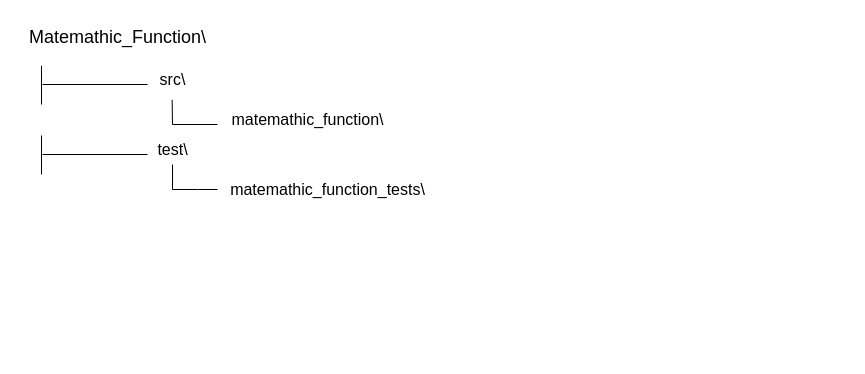
The draw.io diagram Matemathic_Function/Diagram.drawio in GiorgioPulcini/ntt_python_ex, before the edit. Source tidied: cells renumbered, new cells numbered last; positions are measured from the earlier drawing's top-left corner, leaving out a move shared by most shapes. Both pictures are drawn from the tidied source at 100%, with x=0, y=0 at pixel (17, 17).
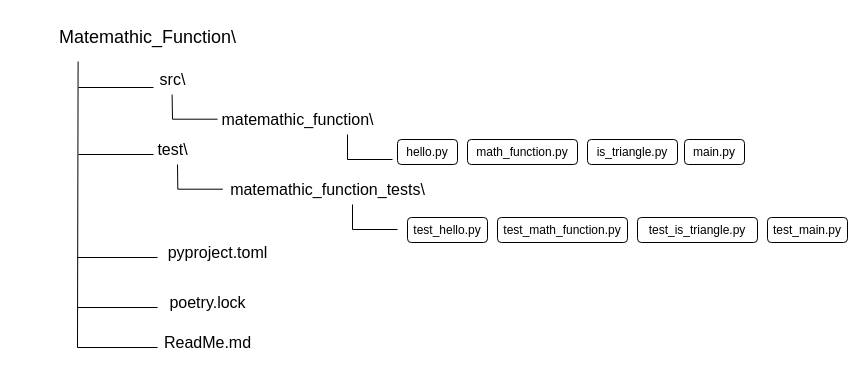
After the change.

Unchanged cells that the change refers to:
```xml
<mxCell id="5" value="&lt;font size=&quot;3&quot;&gt;src\&lt;/font&gt;" style="text;html=1;align=center;verticalAlign=middle;points=[];strokeColor=none;fillColor=none;" parent="1" vertex="1">
  <mxGeometry x="130" y="47" width="50" height="30" as="geometry" />
</mxCell>
```

Diff of the diagram source:
```diff
@@
     <mxCell id="2" value="&lt;font style=&quot;font-size: 18px;&quot;&gt;Matemathic_Function\&lt;/font&gt;" style="text;html=1;align=center;verticalAlign=middle;points=[];strokeColor=none;fillColor=none;" parent="1" vertex="1">
-      <mxGeometry width="200" height="40" as="geometry" />
+      <mxGeometry x="30" width="200" height="40" as="geometry" />
     </mxCell>
-    <mxCell id="3" style="endArrow=none;html=1;rounded=0;entryX=0.12;entryY=1.208;entryDx=0;entryDy=0;entryPerimeter=0;" parent="1" edge="1" target="2">
-      <mxGeometry relative="1" as="geometry">
-        <mxPoint x="24" y="87" as="sourcePoint" />
-      </mxGeometry>
-    </mxCell>
     <mxCell id="4" style="endArrow=none;html=1;rounded=0;" parent="1" edge="1">
       <mxGeometry relative="1" as="geometry">
-        <mxPoint x="25" y="67" as="sourcePoint" />
-        <mxPoint x="130" y="67" as="targetPoint" />
+        <mxPoint x="61" y="70" as="sourcePoint" />
+        <mxPoint x="136" y="70" as="targetPoint" />
       </mxGeometry>
     </mxCell>
@@
-    <mxCell id="6" style="endArrow=none;html=1;rounded=0;entryX=0.12;entryY=1.208;entryDx=0;entryDy=0;entryPerimeter=0;" parent="1" edge="1">
-      <mxGeometry relative="1" as="geometry">
-        <mxPoint x="24" y="157" as="sourcePoint" />
-        <mxPoint x="24" y="118" as="targetPoint" />
-      </mxGeometry>
-    </mxCell>
     <mxCell id="7" style="endArrow=none;html=1;rounded=0;" parent="1" edge="1">
       <mxGeometry relative="1" as="geometry">
-        <mxPoint x="25" y="137" as="sourcePoint" />
-        <mxPoint x="130" y="137" as="targetPoint" />
+        <mxPoint x="61" y="137" as="sourcePoint" />
+        <mxPoint x="136" y="137" as="targetPoint" />
       </mxGeometry>
     </mxCell>
@@
-    <mxCell id="9" style="endArrow=none;html=1;rounded=0;entryX=0.493;entryY=1.178;entryDx=0;entryDy=0;entryPerimeter=0;" parent="1" edge="1" target="5">
+    <mxCell id="9" style="endArrow=none;html=1;rounded=0;entryX=0.493;entryY=1.178;entryDx=0;entryDy=0;entryPerimeter=0;" parent="1" edge="1">
       <mxGeometry relative="1" as="geometry">
-        <mxPoint x="200" y="107" as="sourcePoint" />
+        <mxPoint x="200" y="101.7" as="sourcePoint" />
+        <mxPoint x="154.6" y="77" as="targetPoint" />
         <Array as="points">
-          <mxPoint x="155" y="107" />
+          <mxPoint x="155" y="101.7" />
         </Array>
       </mxGeometry>
     </mxCell>
-    <mxCell id="10" style="endArrow=none;html=1;rounded=0;entryX=0.493;entryY=1.178;entryDx=0;entryDy=0;entryPerimeter=0;" parent="1" edge="1">
-      <mxGeometry relative="1" as="geometry">
-        <mxPoint x="200" y="172" as="sourcePoint" />
-        <mxPoint x="155" y="147" as="targetPoint" />
-        <Array as="points">
-          <mxPoint x="180" y="172" />
-          <mxPoint x="155" y="172" />
-        </Array>
-      </mxGeometry>
-    </mxCell>
     <mxCell id="11" value="&lt;font style=&quot;font-size: 16px;&quot;&gt;matemathic_function\&lt;/font&gt;" style="text;html=1;align=center;verticalAlign=middle;strokeColor=none;fillColor=none;" parent="1" vertex="1">
-      <mxGeometry x="200" y="87" width="180" height="30" as="geometry" />
+      <mxGeometry x="190" y="87" width="180" height="30" as="geometry" />
     </mxCell>
@@
+    <mxCell id="13" style="endArrow=none;html=1;rounded=0;entryX=0.493;entryY=1.178;entryDx=0;entryDy=0;entryPerimeter=0;" parent="1" edge="1">
+      <mxGeometry relative="1" as="geometry">
+        <mxPoint x="375" y="142" as="sourcePoint" />
+        <mxPoint x="330" y="117" as="targetPoint" />
+        <Array as="points">
+          <mxPoint x="330" y="142" />
+        </Array>
+      </mxGeometry>
+    </mxCell>
+    <mxCell id="14" style="endArrow=none;html=1;rounded=0;entryX=0.493;entryY=1.178;entryDx=0;entryDy=0;entryPerimeter=0;" parent="1" edge="1">
+      <mxGeometry relative="1" as="geometry">
+        <mxPoint x="380" y="212" as="sourcePoint" />
+        <mxPoint x="335" y="187" as="targetPoint" />
+        <Array as="points">
+          <mxPoint x="335" y="212" />
+        </Array>
+      </mxGeometry>
+    </mxCell>
+    <mxCell id="15" value="hello.py" style="rounded=1;whiteSpace=wrap;html=1;" parent="1" vertex="1">
+      <mxGeometry x="380" y="122" width="60" height="25" as="geometry" />
+    </mxCell>
+    <mxCell id="16" value="math_function.py" style="rounded=1;whiteSpace=wrap;html=1;" parent="1" vertex="1">
+      <mxGeometry x="450" y="122" width="110" height="25" as="geometry" />
+    </mxCell>
+    <mxCell id="17" value="is_triangle.py" style="rounded=1;whiteSpace=wrap;html=1;" parent="1" vertex="1">
+      <mxGeometry x="570" y="122" width="90" height="25" as="geometry" />
+    </mxCell>
+    <mxCell id="18" value="main.py" style="rounded=1;whiteSpace=wrap;html=1;" parent="1" vertex="1">
+      <mxGeometry x="667" y="122" width="60" height="25" as="geometry" />
+    </mxCell>
+    <mxCell id="19" value="test_hello.py" style="rounded=1;whiteSpace=wrap;html=1;" parent="1" vertex="1">
+      <mxGeometry x="390" y="200" width="80" height="25" as="geometry" />
+    </mxCell>
+    <mxCell id="20" value="test_math_function.py" style="rounded=1;whiteSpace=wrap;html=1;" parent="1" vertex="1">
+      <mxGeometry x="480" y="200" width="130" height="25" as="geometry" />
+    </mxCell>
+    <mxCell id="21" value="test_is_triangle.py" style="rounded=1;whiteSpace=wrap;html=1;" parent="1" vertex="1">
+      <mxGeometry x="620" y="200" width="120" height="25" as="geometry" />
+    </mxCell>
+    <mxCell id="22" value="test_main.py" style="rounded=1;whiteSpace=wrap;html=1;" parent="1" vertex="1">
+      <mxGeometry x="750" y="200" width="80" height="25" as="geometry" />
+    </mxCell>
+    <mxCell id="23" style="endArrow=none;html=1;rounded=0;entryX=0.493;entryY=1.178;entryDx=0;entryDy=0;entryPerimeter=0;" parent="1" edge="1">
+      <mxGeometry relative="1" as="geometry">
+        <mxPoint x="205.3" y="171.7" as="sourcePoint" />
+        <mxPoint x="160" y="147" as="targetPoint" />
+        <Array as="points">
+          <mxPoint x="160.3" y="171.7" />
+        </Array>
+      </mxGeometry>
+    </mxCell>
+    <mxCell id="24" style="endArrow=none;html=1;rounded=0;" parent="1" edge="1">
+      <mxGeometry relative="1" as="geometry">
+        <mxPoint x="60" y="240" as="sourcePoint" />
+        <mxPoint x="140" y="240" as="targetPoint" />
+      </mxGeometry>
+    </mxCell>
+    <mxCell id="25" value="&lt;span style=&quot;font-size: 16px;&quot;&gt;pyproject.toml&lt;/span&gt;" style="text;html=1;align=center;verticalAlign=middle;strokeColor=none;fillColor=none;" parent="1" vertex="1">
+      <mxGeometry x="140" y="220" width="120" height="30" as="geometry" />
+    </mxCell>
+    <mxCell id="26" style="endArrow=none;html=1;rounded=0;entryX=0.153;entryY=1.1;entryDx=0;entryDy=0;entryPerimeter=0;" parent="1" edge="1" target="2">
+      <mxGeometry relative="1" as="geometry">
+        <mxPoint x="60" y="330" as="sourcePoint" />
+      </mxGeometry>
+    </mxCell>
+    <mxCell id="27" style="endArrow=none;html=1;rounded=0;" parent="1" edge="1">
+      <mxGeometry relative="1" as="geometry">
+        <mxPoint x="60" y="290" as="sourcePoint" />
+        <mxPoint x="140" y="290" as="targetPoint" />
+      </mxGeometry>
+    </mxCell>
+    <mxCell id="28" value="&lt;span style=&quot;font-size: 16px;&quot;&gt;poetry.lock&lt;/span&gt;" style="text;html=1;align=center;verticalAlign=middle;strokeColor=none;fillColor=none;" parent="1" vertex="1">
+      <mxGeometry x="140" y="270" width="100" height="30" as="geometry" />
+    </mxCell>
+    <mxCell id="29" style="endArrow=none;html=1;rounded=0;" parent="1" edge="1">
+      <mxGeometry relative="1" as="geometry">
+        <mxPoint x="60" y="330" as="sourcePoint" />
+        <mxPoint x="140" y="330" as="targetPoint" />
+      </mxGeometry>
+    </mxCell>
+    <mxCell id="30" value="&lt;span style=&quot;font-size: 16px;&quot;&gt;ReadMe.md&lt;/span&gt;" style="text;html=1;align=center;verticalAlign=middle;strokeColor=none;fillColor=none;" parent="1" vertex="1">
+      <mxGeometry x="135" y="310" width="110" height="30" as="geometry" />
+    </mxCell>
```
